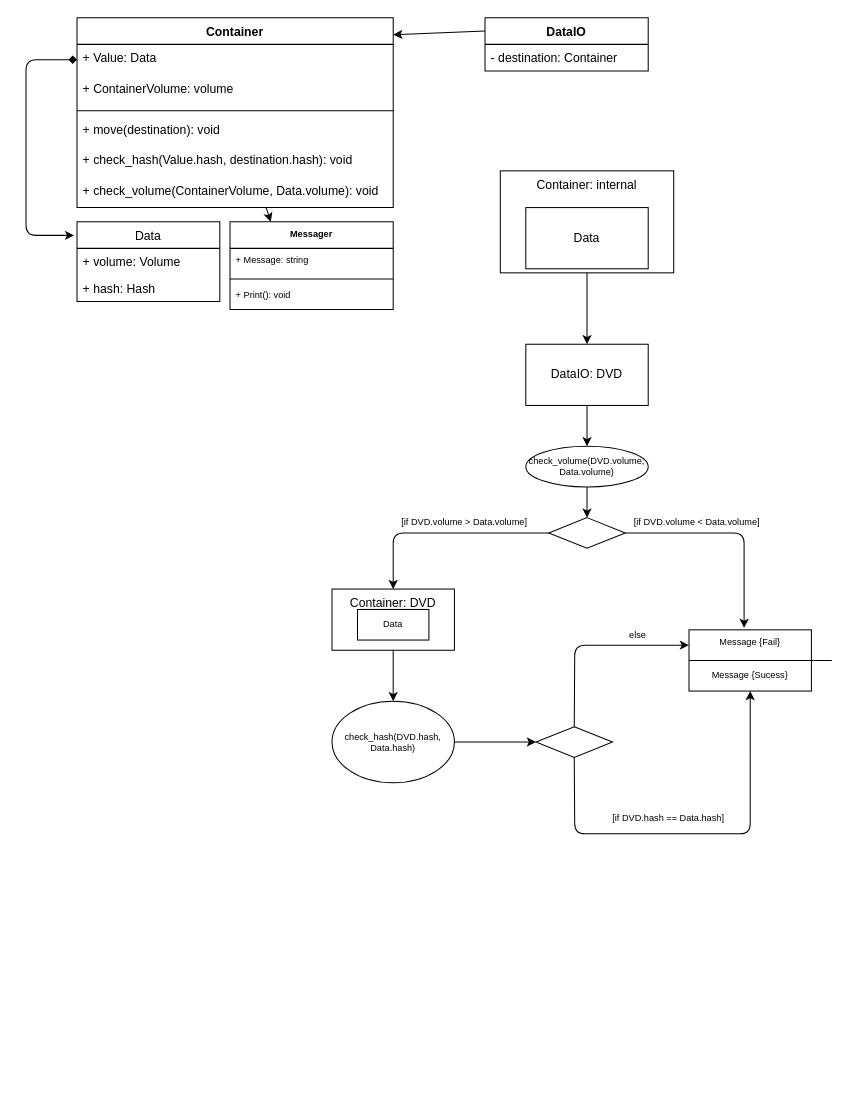
Tr-T59/Study keeps this draw.io diagram as UML/04062022/class_diagram.drawio. Above is the earlier version. Source tidied: cells renumbered, new cells numbered last; positions are measured from the earlier drawing's top-left corner, leaving out a move shared by most shapes. Both pictures are drawn from the tidied source at 102%, with x=0, y=0 at pixel (26, 17).
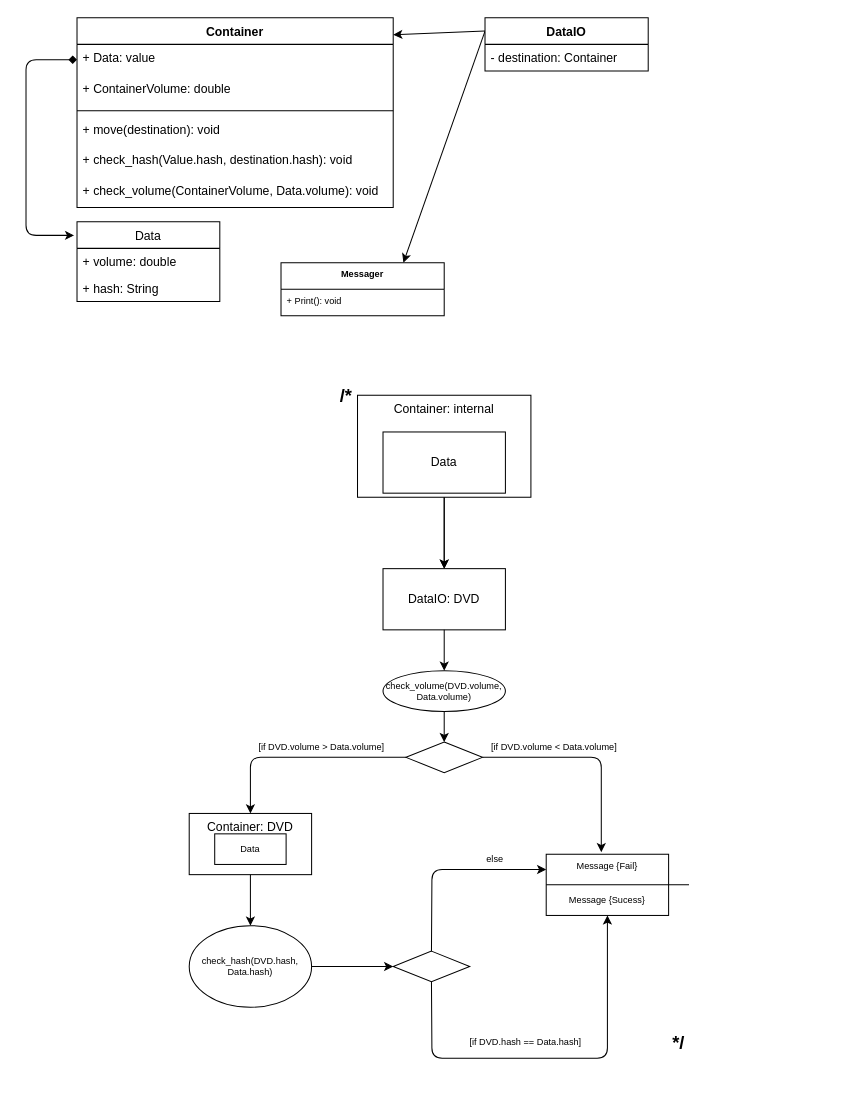
Above is the later version.

Unchanged cells that the change refers to:
```xml
<mxCell id="3" value="Container" style="swimlane;fontStyle=1;align=center;verticalAlign=top;horizontal=1;startSize=26;" parent="1" vertex="1">
  <mxGeometry x="50" width="310" height="186" as="geometry" />
</mxCell>
<mxCell id="10" value="Data" style="swimlane;fontStyle=0;horizontal=1;startSize=26;fillColor=none;" parent="1" vertex="1">
  <mxGeometry x="50" y="200" width="140" height="78" as="geometry" />
</mxCell>
<mxCell id="15" value="DataIO" style="swimlane;fontStyle=1;align=center;verticalAlign=top;horizontal=1;startSize=26;" parent="1" vertex="1">
  <mxGeometry x="450" width="160" height="52" as="geometry" />
</mxCell>
```

The edit, as a diff of the source:
```diff
@@
-    <mxCell id="2" style="edgeStyle=none;html=1;entryX=0.25;entryY=0;entryDx=0;entryDy=0;" parent="1" edge="1" source="3" target="42">
+    <mxCell id="2" style="edgeStyle=none;html=1;entryX=0.75;entryY=0;entryDx=0;entryDy=0;exitX=0;exitY=0.25;exitDx=0;exitDy=0;" parent="1" edge="1" source="15" target="42">
       <mxGeometry relative="1" as="geometry" />
     </mxCell>
@@
-    <mxCell id="4" value="+ Value: Data" style="text;strokeColor=none;fillColor=none;align=left;verticalAlign=top;spacingLeft=4;spacingRight=4;overflow=hidden;points=[[0,0.5],[1,0.5]];portConstraint=eastwest;" parent="3" vertex="1">
+    <mxCell id="4" value="+ Data: value" style="text;strokeColor=none;fillColor=none;align=left;verticalAlign=top;spacingLeft=4;spacingRight=4;overflow=hidden;points=[[0,0.5],[1,0.5]];portConstraint=eastwest;" parent="3" vertex="1">
       <mxGeometry y="26" width="310" height="30" as="geometry" />
     </mxCell>
-    <mxCell id="5" value="+ ContainerVolume: volume" style="text;strokeColor=none;fillColor=none;align=left;verticalAlign=top;spacingLeft=4;spacingRight=4;overflow=hidden;" parent="3" vertex="1">
+    <mxCell id="5" value="+ ContainerVolume: double" style="text;strokeColor=none;fillColor=none;align=left;verticalAlign=top;spacingLeft=4;spacingRight=4;overflow=hidden;" parent="3" vertex="1">
       <mxGeometry y="56" width="310" height="30" as="geometry" />
     </mxCell>
@@
-    <mxCell id="11" value="+ volume: Volume" style="text;strokeColor=none;fillColor=none;align=left;verticalAlign=top;spacingLeft=4;spacingRight=4;overflow=hidden;" parent="10" vertex="1">
+    <mxCell id="11" value="+ volume: double" style="text;strokeColor=none;fillColor=none;align=left;verticalAlign=top;spacingLeft=4;spacingRight=4;overflow=hidden;" parent="10" vertex="1">
       <mxGeometry y="26" width="140" height="26" as="geometry" />
     </mxCell>
-    <mxCell id="12" value="+ hash: Hash" style="text;strokeColor=none;fillColor=none;align=left;verticalAlign=top;spacingLeft=4;spacingRight=4;overflow=hidden;" parent="10" vertex="1">
+    <mxCell id="12" value="+ hash: String" style="text;strokeColor=none;fillColor=none;align=left;verticalAlign=top;spacingLeft=4;spacingRight=4;overflow=hidden;" parent="10" vertex="1">
       <mxGeometry y="52" width="140" height="26" as="geometry" />
     </mxCell>
@@
+    <mxCell id="42" value="Messager" style="swimlane;fontStyle=1;align=center;verticalAlign=top;horizontal=1;startSize=26;fontSize=9;" parent="1" vertex="1">
+      <mxGeometry x="250" y="240" width="160" height="52" as="geometry" />
+    </mxCell>
+    <mxCell id="45" value="+ Print(): void" style="text;strokeColor=none;fillColor=none;align=left;verticalAlign=top;spacingLeft=4;spacingRight=4;overflow=hidden;fontSize=9;" parent="42" vertex="1">
+      <mxGeometry y="26" width="160" height="26" as="geometry" />
+    </mxCell>
+    <mxCell id="46" style="group;fontStyle=1;" parent="1" vertex="1">
+      <mxGeometry x="160" y="370" width="550" height="670" as="geometry" />
+    </mxCell>
+    <mxCell id="47" style="edgeStyle=none;html=1;" parent="46" edge="1" source="17" target="21">
+      <mxGeometry relative="1" as="geometry" />
+    </mxCell>
-    <mxCell id="17" value="Container: internal" style="rounded=0;whiteSpace=wrap;html=1;verticalAlign=top;" parent="1" vertex="1">
-      <mxGeometry x="465" y="150" width="170" height="100" as="geometry" />
+    <mxCell id="17" value="Container: internal" style="rounded=0;whiteSpace=wrap;html=1;verticalAlign=top;" parent="46" vertex="1">
+      <mxGeometry x="165" width="170" height="100" as="geometry" />
     </mxCell>
-    <mxCell id="18" value="Container: DVD" style="rounded=0;whiteSpace=wrap;html=1;verticalAlign=top;" parent="1" vertex="1">
-      <mxGeometry x="300" y="560" width="120" height="60" as="geometry" />
+    <mxCell id="18" value="Container: DVD" style="rounded=0;whiteSpace=wrap;html=1;verticalAlign=top;" parent="46" vertex="1">
+      <mxGeometry y="410" width="120" height="60" as="geometry" />
     </mxCell>
-    <mxCell id="19" style="endArrow=classic;html=1;entryX=0.5;entryY=0;entryDx=0;entryDy=0;exitX=0.5;exitY=1;exitDx=0;exitDy=0;" parent="1" edge="1" source="17">
+    <mxCell id="19" style="endArrow=classic;html=1;entryX=0.5;entryY=0;entryDx=0;entryDy=0;exitX=0.5;exitY=1;exitDx=0;exitDy=0;" parent="46" edge="1" source="17">
       <mxGeometry relative="1" as="geometry">
-        <mxPoint x="550" y="320" as="targetPoint" />
+        <mxPoint x="250" y="170" as="targetPoint" />
       </mxGeometry>
     </mxCell>
-    <mxCell id="20" value="Data" style="rounded=0;whiteSpace=wrap;html=1;" parent="1" vertex="1">
-      <mxGeometry x="490" y="186" width="120" height="60" as="geometry" />
+    <mxCell id="20" value="Data" style="rounded=0;whiteSpace=wrap;html=1;" parent="46" vertex="1">
+      <mxGeometry x="190" y="36" width="120" height="60" as="geometry" />
     </mxCell>
-    <mxCell id="21" value="DataIO: DVD" style="rounded=0;whiteSpace=wrap;html=1;" parent="1" vertex="1">
-      <mxGeometry x="490" y="320" width="120" height="60" as="geometry" />
+    <mxCell id="21" value="DataIO: DVD" style="rounded=0;whiteSpace=wrap;html=1;" parent="46" vertex="1">
+      <mxGeometry x="190" y="170" width="120" height="60" as="geometry" />
     </mxCell>
-    <mxCell id="22" value="check_volume(DVD.volume, Data.volume)" style="ellipse;whiteSpace=wrap;html=1;fontSize=9;" parent="1" vertex="1">
-      <mxGeometry x="490" y="420" width="120" height="40" as="geometry" />
+    <mxCell id="22" value="check_volume(DVD.volume, Data.volume)" style="ellipse;whiteSpace=wrap;html=1;fontSize=9;" parent="46" vertex="1">
+      <mxGeometry x="190" y="270" width="120" height="40" as="geometry" />
     </mxCell>
-    <mxCell id="23" style="endArrow=classic;html=1;fontSize=9;exitX=0.5;exitY=1;exitDx=0;exitDy=0;entryX=0.5;entryY=0;entryDx=0;entryDy=0;" parent="1" edge="1" source="21" target="22">
+    <mxCell id="23" style="endArrow=classic;html=1;fontSize=9;exitX=0.5;exitY=1;exitDx=0;exitDy=0;entryX=0.5;entryY=0;entryDx=0;entryDy=0;" parent="46" edge="1" source="21" target="22">
       <mxGeometry relative="1" as="geometry" />
     </mxCell>
-    <mxCell id="24" value="Data" style="rounded=0;whiteSpace=wrap;html=1;fontSize=9;" parent="1" vertex="1">
-      <mxGeometry x="325" y="580" width="70" height="30" as="geometry" />
+    <mxCell id="24" value="Data" style="rounded=0;whiteSpace=wrap;html=1;fontSize=9;" parent="46" vertex="1">
+      <mxGeometry x="25" y="430" width="70" height="30" as="geometry" />
     </mxCell>
-    <mxCell id="25" style="rhombus;whiteSpace=wrap;html=1;fontSize=9;" parent="1" vertex="1">
-      <mxGeometry x="512.5" y="490" width="75" height="30" as="geometry" />
+    <mxCell id="25" style="rhombus;whiteSpace=wrap;html=1;fontSize=9;" parent="46" vertex="1">
+      <mxGeometry x="212.5" y="340" width="75" height="30" as="geometry" />
     </mxCell>
-    <mxCell id="26" style="endArrow=classic;html=1;fontSize=9;exitX=0.5;exitY=1;exitDx=0;exitDy=0;entryX=0.5;entryY=0;entryDx=0;entryDy=0;" parent="1" edge="1" source="22" target="25">
+    <mxCell id="26" style="endArrow=classic;html=1;fontSize=9;exitX=0.5;exitY=1;exitDx=0;exitDy=0;entryX=0.5;entryY=0;entryDx=0;entryDy=0;" parent="46" edge="1" source="22" target="25">
       <mxGeometry relative="1" as="geometry" />
     </mxCell>
-    <mxCell id="27" style="endArrow=classic;html=1;fontSize=9;entryX=0.5;entryY=0;entryDx=0;entryDy=0;exitX=0;exitY=0.5;exitDx=0;exitDy=0;" parent="1" edge="1" source="25" target="18">
-      <mxGeometry relative="1" as="geometry">
-        <Array as="points">
-          <mxPoint x="360" y="505" />
-        </Array>
-      </mxGeometry>
-    </mxCell>
-    <mxCell id="28" value="[if DVD.volume &amp;gt; Data.volume]" style="text;html=1;strokeColor=none;fillColor=none;align=center;verticalAlign=middle;whiteSpace=wrap;rounded=0;fontSize=9;" parent="1" vertex="1">
-      <mxGeometry x="360" y="480" width="140" height="30" as="geometry" />
+    <mxCell id="28" value="[if DVD.volume &amp;gt; Data.volume]" style="text;html=1;strokeColor=none;fillColor=none;align=center;verticalAlign=middle;whiteSpace=wrap;rounded=0;fontSize=9;" parent="46" vertex="1">
+      <mxGeometry x="60" y="330" width="140" height="30" as="geometry" />
     </mxCell>
-    <mxCell id="29" value="Message {Fail}" style="rounded=0;whiteSpace=wrap;html=1;fontSize=9;verticalAlign=top;" parent="1" vertex="1">
-      <mxGeometry x="650" y="600" width="120" height="60" as="geometry" />
+    <mxCell id="29" value="Message {Fail}" style="rounded=0;whiteSpace=wrap;html=1;fontSize=9;verticalAlign=top;" parent="46" vertex="1">
+      <mxGeometry x="350" y="450" width="120" height="60" as="geometry" />
     </mxCell>
-    <mxCell id="30" style="endArrow=classic;html=1;fontSize=9;exitX=0.5;exitY=1;exitDx=0;exitDy=0;" parent="1" edge="1" source="18" target="31">
+    <mxCell id="30" style="endArrow=classic;html=1;fontSize=9;exitX=0.5;exitY=1;exitDx=0;exitDy=0;" parent="46" edge="1" source="18" target="31">
       <mxGeometry relative="1" as="geometry" />
     </mxCell>
-    <mxCell id="31" value="check_hash(DVD.hash, Data.hash)" style="ellipse;whiteSpace=wrap;html=1;fontSize=9;" parent="1" vertex="1">
-      <mxGeometry x="300" y="670" width="120" height="80" as="geometry" />
+    <mxCell id="31" value="check_hash(DVD.hash, Data.hash)" style="ellipse;whiteSpace=wrap;html=1;fontSize=9;" parent="46" vertex="1">
+      <mxGeometry y="520" width="120" height="80" as="geometry" />
     </mxCell>
-    <mxCell id="32" style="endArrow=classic;html=1;fontSize=9;exitX=1;exitY=0.5;exitDx=0;exitDy=0;entryX=0.45;entryY=-0.033;entryDx=0;entryDy=0;entryPerimeter=0;" parent="1" edge="1" source="25" target="29">
+    <mxCell id="32" style="endArrow=classic;html=1;fontSize=9;exitX=1;exitY=0.5;exitDx=0;exitDy=0;entryX=0.45;entryY=-0.033;entryDx=0;entryDy=0;entryPerimeter=0;" parent="46" edge="1" source="25" target="29">
       <mxGeometry relative="1" as="geometry">
         <Array as="points">
-          <mxPoint x="704" y="505" />
+          <mxPoint x="404" y="355" />
         </Array>
       </mxGeometry>
     </mxCell>
-    <mxCell id="33" value="[if DVD.volume &amp;lt; Data.volume]" style="text;html=1;strokeColor=none;fillColor=none;align=center;verticalAlign=middle;whiteSpace=wrap;rounded=0;fontSize=9;" parent="1" vertex="1">
-      <mxGeometry x="587.5" y="480" width="140" height="30" as="geometry" />
+    <mxCell id="33" value="[if DVD.volume &amp;lt; Data.volume]" style="text;html=1;strokeColor=none;fillColor=none;align=center;verticalAlign=middle;whiteSpace=wrap;rounded=0;fontSize=9;" parent="46" vertex="1">
+      <mxGeometry x="287.5" y="330" width="140" height="30" as="geometry" />
     </mxCell>
-    <mxCell id="34" style="rhombus;whiteSpace=wrap;html=1;fontSize=9;" parent="1" vertex="1">
-      <mxGeometry x="500" y="695" width="75" height="30" as="geometry" />
+    <mxCell id="34" style="rhombus;whiteSpace=wrap;html=1;fontSize=9;" parent="46" vertex="1">
+      <mxGeometry x="200" y="545" width="75" height="30" as="geometry" />
     </mxCell>
-    <mxCell id="35" style="endArrow=classic;html=1;fontSize=9;exitX=1;exitY=0.5;exitDx=0;exitDy=0;entryX=0;entryY=0.5;entryDx=0;entryDy=0;" parent="1" edge="1" source="31" target="34">
+    <mxCell id="35" style="endArrow=classic;html=1;fontSize=9;exitX=1;exitY=0.5;exitDx=0;exitDy=0;entryX=0;entryY=0.5;entryDx=0;entryDy=0;" parent="46" edge="1" source="31" target="34">
       <mxGeometry relative="1" as="geometry" />
     </mxCell>
-    <mxCell id="36" style="endArrow=classic;html=1;fontSize=9;exitX=0.5;exitY=0;exitDx=0;exitDy=0;entryX=0;entryY=0.25;entryDx=0;entryDy=0;" parent="1" edge="1" source="34" target="29">
+    <mxCell id="36" style="endArrow=classic;html=1;fontSize=9;exitX=0.5;exitY=0;exitDx=0;exitDy=0;entryX=0;entryY=0.25;entryDx=0;entryDy=0;" parent="46" edge="1" source="34" target="29">
       <mxGeometry relative="1" as="geometry">
         <Array as="points">
-          <mxPoint x="538" y="615" />
+          <mxPoint x="238" y="465" />
         </Array>
       </mxGeometry>
     </mxCell>
-    <mxCell id="37" style="endArrow=none;html=1;fontSize=9;exitX=0;exitY=0.5;exitDx=0;exitDy=0;" parent="1" edge="1" source="29">
+    <mxCell id="37" style="endArrow=none;html=1;fontSize=9;exitX=0;exitY=0.5;exitDx=0;exitDy=0;" parent="46" edge="1" source="29">
       <mxGeometry relative="1" as="geometry">
-        <mxPoint x="790" y="630" as="targetPoint" />
+        <mxPoint x="490" y="480" as="targetPoint" />
       </mxGeometry>
     </mxCell>
-    <mxCell id="38" value="Message {Sucess}" style="text;html=1;strokeColor=none;fillColor=none;align=center;verticalAlign=middle;whiteSpace=wrap;rounded=0;fontSize=9;" parent="1" vertex="1">
-      <mxGeometry x="660" y="630" width="100" height="30" as="geometry" />
+    <mxCell id="38" value="Message {Sucess}" style="text;html=1;strokeColor=none;fillColor=none;align=center;verticalAlign=middle;whiteSpace=wrap;rounded=0;fontSize=9;" parent="46" vertex="1">
+      <mxGeometry x="360" y="480" width="100" height="30" as="geometry" />
     </mxCell>
-    <mxCell id="39" style="endArrow=classic;html=1;fontSize=9;exitX=0.5;exitY=1;exitDx=0;exitDy=0;entryX=0.5;entryY=1;entryDx=0;entryDy=0;" parent="1" edge="1" source="34" target="38">
+    <mxCell id="39" style="endArrow=classic;html=1;fontSize=9;exitX=0.5;exitY=1;exitDx=0;exitDy=0;entryX=0.5;entryY=1;entryDx=0;entryDy=0;" parent="46" edge="1" source="34" target="38">
       <mxGeometry relative="1" as="geometry">
         <Array as="points">
-          <mxPoint x="538" y="800" />
-          <mxPoint x="710" y="800" />
+          <mxPoint x="238" y="650" />
+          <mxPoint x="410" y="650" />
         </Array>
       </mxGeometry>
     </mxCell>
-    <mxCell id="40" value="[if DVD.hash == Data.hash]" style="text;html=1;strokeColor=none;fillColor=none;align=center;verticalAlign=middle;whiteSpace=wrap;rounded=0;fontSize=9;" parent="1" vertex="1">
-      <mxGeometry x="560" y="770" width="140" height="30" as="geometry" />
+    <mxCell id="40" value="[if DVD.hash == Data.hash]" style="text;html=1;strokeColor=none;fillColor=none;align=center;verticalAlign=middle;whiteSpace=wrap;rounded=0;fontSize=9;" parent="46" vertex="1">
+      <mxGeometry x="260" y="620" width="140" height="30" as="geometry" />
     </mxCell>
-    <mxCell id="41" value="else" style="text;html=1;strokeColor=none;fillColor=none;align=center;verticalAlign=middle;whiteSpace=wrap;rounded=0;fontSize=9;" parent="1" vertex="1">
-      <mxGeometry x="565" y="590" width="70" height="30" as="geometry" />
+    <mxCell id="41" value="else" style="text;html=1;strokeColor=none;fillColor=none;align=center;verticalAlign=middle;whiteSpace=wrap;rounded=0;fontSize=9;" parent="46" vertex="1">
+      <mxGeometry x="265" y="440" width="70" height="30" as="geometry" />
     </mxCell>
-    <mxCell id="42" value="Messager" style="swimlane;fontStyle=1;align=center;verticalAlign=top;horizontal=1;startSize=26;fontSize=9;" parent="1" vertex="1">
-      <mxGeometry x="200" y="200" width="160" height="86" as="geometry" />
-    </mxCell>
-    <mxCell id="43" value="+ Message: string" style="text;strokeColor=none;fillColor=none;align=left;verticalAlign=top;spacingLeft=4;spacingRight=4;overflow=hidden;fontSize=9;" parent="42" vertex="1">
-      <mxGeometry y="26" width="160" height="26" as="geometry" />
-    </mxCell>
-    <mxCell id="44" style="line;strokeWidth=1;fillColor=none;align=left;verticalAlign=middle;spacingTop=-1;spacingLeft=3;spacingRight=3;labelPosition=right;fontSize=9;" parent="42" vertex="1">
-      <mxGeometry y="52" width="160" height="8" as="geometry" />
-    </mxCell>
-    <mxCell id="45" value="+ Print(): void" style="text;strokeColor=none;fillColor=none;align=left;verticalAlign=top;spacingLeft=4;spacingRight=4;overflow=hidden;fontSize=9;" parent="42" vertex="1">
-      <mxGeometry y="60" width="160" height="26" as="geometry" />
-    </mxCell>
+    <mxCell id="27" style="endArrow=classic;html=1;fontSize=9;entryX=0.5;entryY=0;entryDx=0;entryDy=0;exitX=0;exitY=0.5;exitDx=0;exitDy=0;" parent="46" edge="1" source="25" target="18">
+      <mxGeometry relative="1" as="geometry">
+        <Array as="points">
+          <mxPoint x="60" y="355" />
+        </Array>
+      </mxGeometry>
+    </mxCell>
+    <mxCell id="48" value="&lt;b&gt;&lt;font style=&quot;font-size: 18px&quot;&gt;*/&lt;/font&gt;&lt;/b&gt;" style="text;html=1;strokeColor=none;fillColor=none;align=center;verticalAlign=middle;whiteSpace=wrap;rounded=0;" parent="46" vertex="1">
+      <mxGeometry x="410" y="600" width="140" height="70" as="geometry" />
+    </mxCell>
+    <mxCell id="49" value="&lt;b&gt;&lt;font style=&quot;font-size: 18px&quot;&gt;/*&lt;/font&gt;&lt;/b&gt;" style="text;html=1;strokeColor=none;fillColor=none;align=center;verticalAlign=middle;whiteSpace=wrap;rounded=0;" parent="1" vertex="1">
+      <mxGeometry x="244" y="336" width="140" height="70" as="geometry" />
+    </mxCell>
```
